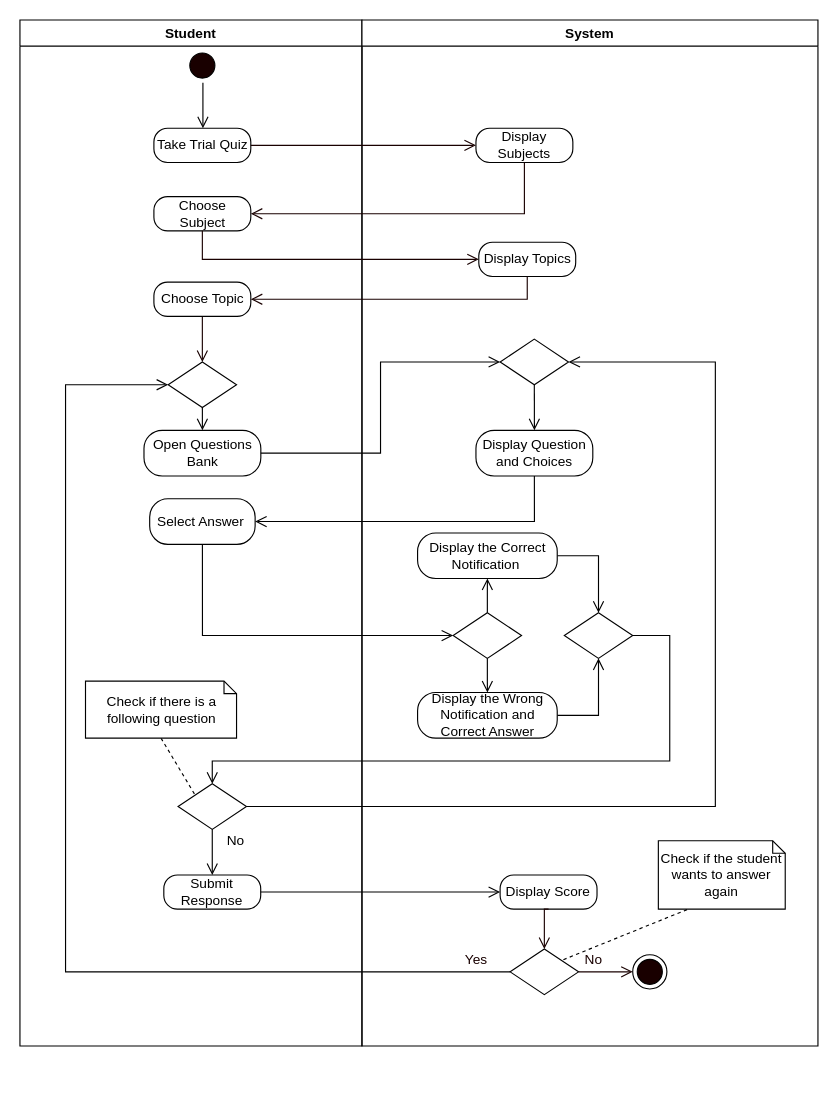
Above: page "Take Trial Quiz" (2 of 7) of REVISIONS/UML-DIAGRAMS/6-9-2021/ACTIVITY DIAGRAM/ACTIVITY DIAGRAM3.drawio in mrklglsn/CAPSTONE-FILES (draw.io), before the change. Source tidied: cells renumbered, new cells numbered last; positions are measured from the earlier drawing's top-left corner, leaving out a move shared by most shapes. Both pictures are drawn from the tidied source at 114%, with x=0, y=0 at pixel (19, 19).
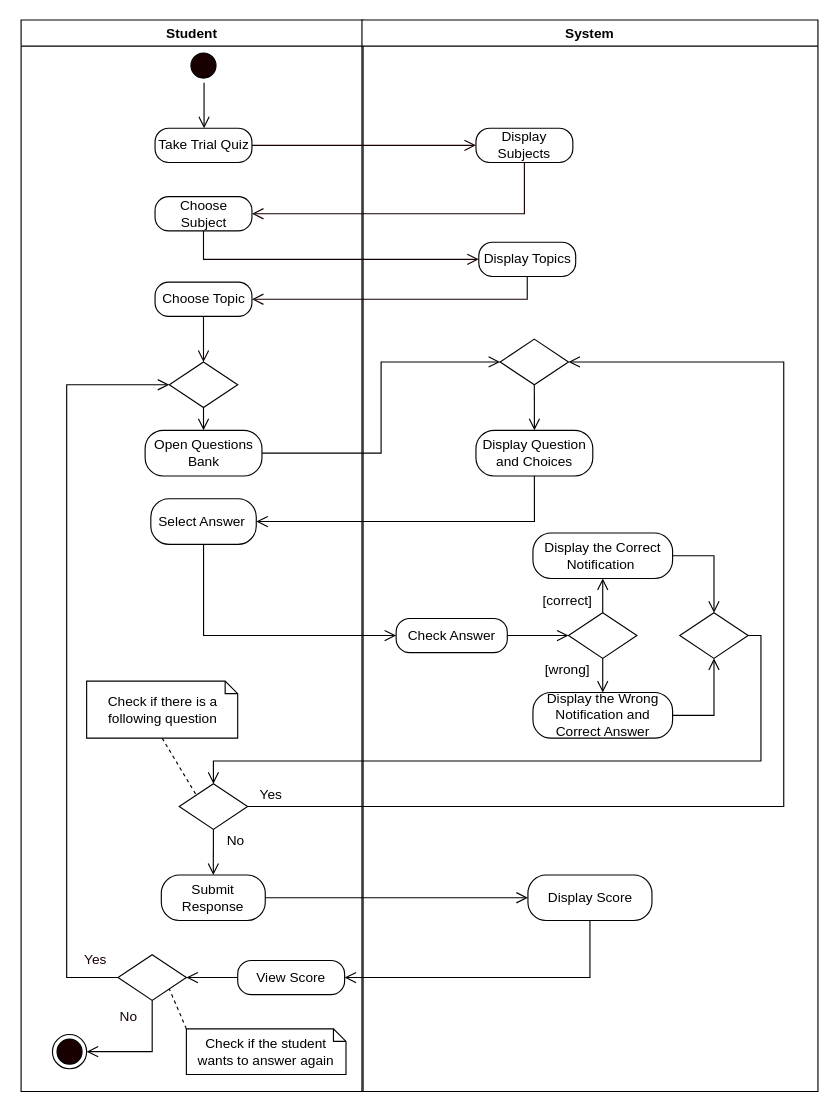
The same page after the edit.

Unchanged cells that the change refers to:
```xml
<mxCell id="10" value="Select Answer&amp;nbsp;" style="rounded=1;whiteSpace=wrap;html=1;arcSize=40;" parent="2" vertex="1">
  <mxGeometry x="113.8" y="420" width="92.5" height="40" as="geometry" />
</mxCell>
<mxCell id="13" style="rhombus;whiteSpace=wrap;html=1;" parent="2" vertex="1">
  <mxGeometry x="130" y="300" width="60" height="40" as="geometry" />
</mxCell>
<mxCell id="15" style="rhombus;whiteSpace=wrap;html=1;" parent="2" vertex="1">
  <mxGeometry x="138.7" y="670" width="60" height="40" as="geometry" />
</mxCell>
<mxCell id="40" style="rhombus;whiteSpace=wrap;html=1;" parent="18" vertex="1">
  <mxGeometry x="121.2" y="280" width="60" height="40" as="geometry" />
</mxCell>
```

What changed in the source:
```diff
@@
     <mxCell id="2" value="Student" style="swimlane;startSize=23;" parent="1" vertex="1">
-      <mxGeometry width="300" height="900" as="geometry" />
+      <mxGeometry x="1" width="300" height="940" as="geometry" />
     </mxCell>
@@
     <mxCell id="11" value="Submit Response" style="rounded=1;whiteSpace=wrap;html=1;arcSize=40;" parent="2" vertex="1">
-      <mxGeometry x="126.2" y="750" width="85" height="30" as="geometry" />
+      <mxGeometry x="123" y="750" width="91.2" height="40" as="geometry" />
     </mxCell>
@@
+    <mxCell id="53" style="edgeStyle=orthogonalEdgeStyle;rounded=0;jettySize=auto;html=1;exitX=0.5;exitY=1;exitDx=0;exitDy=0;entryX=1;entryY=0.5;entryDx=0;entryDy=0;endArrow=open;endFill=0;endSize=8;" parent="2" edge="1" source="30" target="32">
+      <mxGeometry relative="1" as="geometry" />
+    </mxCell>
+    <mxCell id="30" style="rhombus;whiteSpace=wrap;html=1;" parent="2" vertex="1">
+      <mxGeometry x="85" y="820" width="60" height="40" as="geometry" />
+    </mxCell>
+    <mxCell id="49" style="edgeStyle=orthogonalEdgeStyle;rounded=0;jumpStyle=arc;jumpSize=14;jettySize=auto;html=1;exitX=0;exitY=0.5;exitDx=0;exitDy=0;entryX=0;entryY=0.5;entryDx=0;entryDy=0;endArrow=open;endFill=0;startSize=9;endSize=8;" parent="2" edge="1" source="30" target="13">
+      <mxGeometry relative="1" as="geometry">
+        <Array as="points">
+          <mxPoint x="40" y="840" />
+          <mxPoint x="40" y="320" />
+        </Array>
+      </mxGeometry>
+    </mxCell>
+    <mxCell id="33" value="&lt;font color=&quot;#190000&quot;&gt;Yes&lt;/font&gt;" style="text;html=1;align=center;verticalAlign=middle;strokeColor=none;fontColor=#FFFFFF;" parent="2" vertex="1">
+      <mxGeometry x="45" y="815" width="40" height="20" as="geometry" />
+    </mxCell>
+    <mxCell id="32" style="ellipse;html=1;shape=endState;fillColor=#190000;" parent="2" vertex="1">
+      <mxGeometry x="27.5" y="890" width="30" height="30" as="geometry" />
+    </mxCell>
+    <mxCell id="34" value="&lt;font color=&quot;#190000&quot;&gt;No&lt;/font&gt;" style="text;html=1;align=center;verticalAlign=middle;strokeColor=none;fontColor=#FFFFFF;" parent="2" vertex="1">
+      <mxGeometry x="78.8" y="865" width="30" height="20" as="geometry" />
+    </mxCell>
+    <mxCell id="54" style="edgeStyle=orthogonalEdgeStyle;rounded=0;jettySize=auto;html=1;exitX=0;exitY=0.5;exitDx=0;exitDy=0;entryX=1;entryY=0.5;entryDx=0;entryDy=0;endArrow=open;endFill=0;endSize=8;" parent="2" edge="1" source="55" target="30">
+      <mxGeometry relative="1" as="geometry" />
+    </mxCell>
+    <mxCell id="55" value="View Score" style="rounded=1;whiteSpace=wrap;html=1;arcSize=40;" parent="2" vertex="1">
+      <mxGeometry x="190" y="825" width="93.8" height="30" as="geometry" />
+    </mxCell>
+    <mxCell id="36" style="rounded=0;jettySize=auto;html=1;exitX=0;exitY=0;exitDx=0;exitDy=0;exitPerimeter=0;entryX=1;entryY=1;entryDx=0;entryDy=0;endArrow=none;endFill=0;endSize=8;dashed=1;" parent="2" edge="1" source="35" target="30">
+      <mxGeometry relative="1" as="geometry" />
+    </mxCell>
+    <mxCell id="35" value="Check if the student wants to answer again" style="shape=note;size=11;whiteSpace=wrap;html=1;strokeWidth=1;" parent="2" vertex="1">
+      <mxGeometry x="145" y="885" width="140" height="40" as="geometry" />
+    </mxCell>
     <mxCell id="18" value="System" style="swimlane;" parent="1" vertex="1">
-      <mxGeometry x="300" width="400" height="900" as="geometry" />
+      <mxGeometry x="300" width="400" height="940" as="geometry" />
     </mxCell>
@@
     <mxCell id="23" style="rhombus;whiteSpace=wrap;html=1;" parent="18" vertex="1">
-      <mxGeometry x="80" y="520" width="60" height="40" as="geometry" />
+      <mxGeometry x="181.2" y="520" width="60" height="40" as="geometry" />
     </mxCell>
@@
     <mxCell id="25" value="Display the Correct Notification&amp;nbsp;" style="rounded=1;whiteSpace=wrap;html=1;arcSize=40;" parent="18" vertex="1">
-      <mxGeometry x="48.8" y="450" width="122.5" height="40" as="geometry" />
+      <mxGeometry x="150" y="450" width="122.5" height="40" as="geometry" />
     </mxCell>
@@
     <mxCell id="27" value="Display the Wrong Notification and Correct Answer" style="rounded=1;whiteSpace=wrap;html=1;arcSize=40;" parent="18" vertex="1">
-      <mxGeometry x="48.8" y="590" width="122.5" height="40" as="geometry" />
+      <mxGeometry x="150" y="590" width="122.5" height="40" as="geometry" />
     </mxCell>
     <mxCell id="28" style="rhombus;whiteSpace=wrap;html=1;" parent="18" vertex="1">
-      <mxGeometry x="177.5" y="520" width="60" height="40" as="geometry" />
+      <mxGeometry x="278.8" y="520" width="60" height="40" as="geometry" />
     </mxCell>
     <mxCell id="29" value="Display Score" style="rounded=1;whiteSpace=wrap;html=1;arcSize=40;" parent="18" vertex="1">
-      <mxGeometry x="121.2" y="750" width="85" height="30" as="geometry" />
+      <mxGeometry x="145.6" y="750" width="108.8" height="40" as="geometry" />
     </mxCell>
-    <mxCell id="30" style="rhombus;whiteSpace=wrap;html=1;" parent="18" vertex="1">
-      <mxGeometry x="130" y="815" width="60" height="40" as="geometry" />
-    </mxCell>
-    <mxCell id="31" style="edgeStyle=orthogonalEdgeStyle;rounded=0;jettySize=auto;html=1;exitX=0.5;exitY=1;exitDx=0;exitDy=0;entryX=0.5;entryY=0;entryDx=0;entryDy=0;fontColor=#FFFFFF;endArrow=open;endFill=0;endSize=8;strokeColor=#190000;" parent="18" edge="1" source="29" target="30">
-      <mxGeometry relative="1" as="geometry" />
-    </mxCell>
-    <mxCell id="32" style="ellipse;html=1;shape=endState;fillColor=#190000;" parent="18" vertex="1">
-      <mxGeometry x="237.5" y="820" width="30" height="30" as="geometry" />
-    </mxCell>
-    <mxCell id="33" value="&lt;font color=&quot;#190000&quot;&gt;Yes&lt;/font&gt;" style="text;html=1;align=center;verticalAlign=middle;strokeColor=none;fontColor=#FFFFFF;" parent="18" vertex="1">
-      <mxGeometry x="80" y="815" width="40" height="20" as="geometry" />
-    </mxCell>
-    <mxCell id="34" value="&lt;font color=&quot;#190000&quot;&gt;No&lt;/font&gt;" style="text;html=1;align=center;verticalAlign=middle;strokeColor=none;fontColor=#FFFFFF;" parent="18" vertex="1">
-      <mxGeometry x="187.5" y="815" width="30" height="20" as="geometry" />
-    </mxCell>
-    <mxCell id="35" value="Check if the student wants to answer again" style="shape=note;size=11;whiteSpace=wrap;html=1;strokeWidth=1;" parent="18" vertex="1">
-      <mxGeometry x="260" y="720" width="111.3" height="60" as="geometry" />
-    </mxCell>
-    <mxCell id="36" style="rounded=0;jumpStyle=arc;jumpSize=11;jettySize=auto;html=1;endArrow=none;endFill=0;endSize=8;dashed=1;entryX=1;entryY=0;entryDx=0;entryDy=0;exitX=0.226;exitY=1.007;exitDx=0;exitDy=0;exitPerimeter=0;" parent="18" edge="1" source="35" target="30">
-      <mxGeometry relative="1" as="geometry" />
-    </mxCell>
-    <mxCell id="37" style="edgeStyle=orthogonalEdgeStyle;rounded=0;jettySize=auto;html=1;exitX=1;exitY=0.5;exitDx=0;exitDy=0;fontColor=#FFFFFF;endArrow=open;endFill=0;endSize=8;strokeColor=#190000;" parent="18" edge="1" source="30">
-      <mxGeometry relative="1" as="geometry">
-        <mxPoint x="237.5" y="835" as="targetPoint" />
-      </mxGeometry>
-    </mxCell>
@@
+    <mxCell id="56" style="edgeStyle=orthogonalEdgeStyle;rounded=0;jettySize=auto;html=1;exitX=1;exitY=0.5;exitDx=0;exitDy=0;entryX=0;entryY=0.5;entryDx=0;entryDy=0;endArrow=open;endFill=0;endSize=8;" parent="18" edge="1" source="57" target="23">
+      <mxGeometry relative="1" as="geometry" />
+    </mxCell>
+    <mxCell id="57" value="Check Answer" style="rounded=1;whiteSpace=wrap;html=1;arcSize=40;" parent="18" vertex="1">
+      <mxGeometry x="30" y="525" width="97.5" height="30" as="geometry" />
+    </mxCell>
+    <mxCell id="58" value="[wrong]" style="text;html=1;align=center;verticalAlign=middle;strokeColor=none;" parent="18" vertex="1">
+      <mxGeometry x="150" y="560" width="60" height="20" as="geometry" />
+    </mxCell>
@@
-    <mxCell id="46" style="edgeStyle=orthogonalEdgeStyle;rounded=0;jumpStyle=arc;jumpSize=14;jettySize=auto;html=1;exitX=0.5;exitY=1;exitDx=0;exitDy=0;endArrow=open;endFill=0;startSize=9;endSize=8;entryX=0;entryY=0.5;entryDx=0;entryDy=0;" parent="1" edge="1" source="10" target="23">
-      <mxGeometry relative="1" as="geometry" />
-    </mxCell>
     <mxCell id="47" style="edgeStyle=orthogonalEdgeStyle;rounded=0;jumpStyle=arc;jumpSize=14;jettySize=auto;html=1;exitX=1;exitY=0.5;exitDx=0;exitDy=0;entryX=0.5;entryY=0;entryDx=0;entryDy=0;endArrow=open;endFill=0;startSize=9;endSize=8;" parent="1" edge="1" source="28" target="15">
       <mxGeometry relative="1" as="geometry">
         <Array as="points">
-          <mxPoint x="570" y="540" />
-          <mxPoint x="570" y="650" />
+          <mxPoint x="650" y="540" />
+          <mxPoint x="650" y="650" />
           <mxPoint x="169" y="650" />
         </Array>
       </mxGeometry>
     </mxCell>
@@
-    <mxCell id="49" style="edgeStyle=orthogonalEdgeStyle;rounded=0;jumpStyle=arc;jumpSize=14;jettySize=auto;html=1;exitX=0;exitY=0.5;exitDx=0;exitDy=0;entryX=0;entryY=0.5;entryDx=0;entryDy=0;endArrow=open;endFill=0;startSize=9;endSize=8;" parent="1" edge="1" source="30" target="13">
-      <mxGeometry relative="1" as="geometry">
-        <Array as="points">
-          <mxPoint x="40" y="835" />
-          <mxPoint x="40" y="320" />
-        </Array>
-      </mxGeometry>
-    </mxCell>
@@
     <mxCell id="52" style="edgeStyle=orthogonalEdgeStyle;rounded=0;jettySize=auto;html=1;entryX=1;entryY=0.5;entryDx=0;entryDy=0;endArrow=open;endFill=0;endSize=8;" parent="1" edge="1" source="15" target="40">
       <mxGeometry relative="1" as="geometry">
         <Array as="points">
-          <mxPoint x="610" y="690" />
-          <mxPoint x="610" y="300" />
+          <mxPoint x="670" y="690" />
+          <mxPoint x="670" y="300" />
         </Array>
       </mxGeometry>
     </mxCell>
+    <mxCell id="59" value="Yes" style="text;html=1;align=center;verticalAlign=middle;strokeColor=none;" parent="1" vertex="1">
+      <mxGeometry x="200" y="670" width="40" height="20" as="geometry" />
+    </mxCell>
+    <mxCell id="60" style="edgeStyle=orthogonalEdgeStyle;rounded=0;jettySize=auto;html=1;exitX=0.5;exitY=1;exitDx=0;exitDy=0;entryX=0;entryY=0.5;entryDx=0;entryDy=0;endArrow=open;endFill=0;endSize=8;" parent="1" edge="1" source="10" target="57">
+      <mxGeometry relative="1" as="geometry" />
+    </mxCell>
+    <mxCell id="61" value="[correct]" style="text;html=1;align=center;verticalAlign=middle;strokeColor=none;" parent="1" vertex="1">
+      <mxGeometry x="450" y="500" width="60" height="20" as="geometry" />
+    </mxCell>
+    <mxCell id="62" style="edgeStyle=orthogonalEdgeStyle;rounded=0;jettySize=auto;html=1;exitX=0.5;exitY=1;exitDx=0;exitDy=0;endArrow=open;endFill=0;endSize=8;entryX=1;entryY=0.5;entryDx=0;entryDy=0;" parent="1" edge="1" source="29" target="55">
+      <mxGeometry relative="1" as="geometry" />
+    </mxCell>
```
